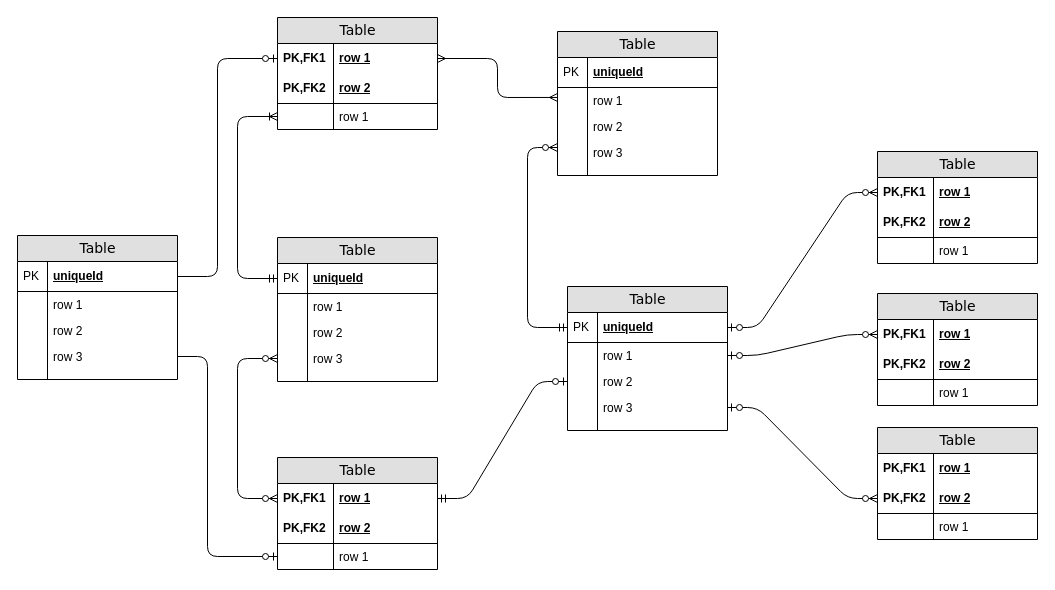
Before: Untitled Diagram.drawio in m-a-mohsen/cf-sqlTest, a draw.io diagram. Source tidied: cells renumbered, new cells numbered last; positions are measured from the earlier drawing's top-left corner, leaving out a move shared by most shapes. Both pictures are drawn from the tidied source at 100%, with x=0, y=0 at pixel (17, 17).
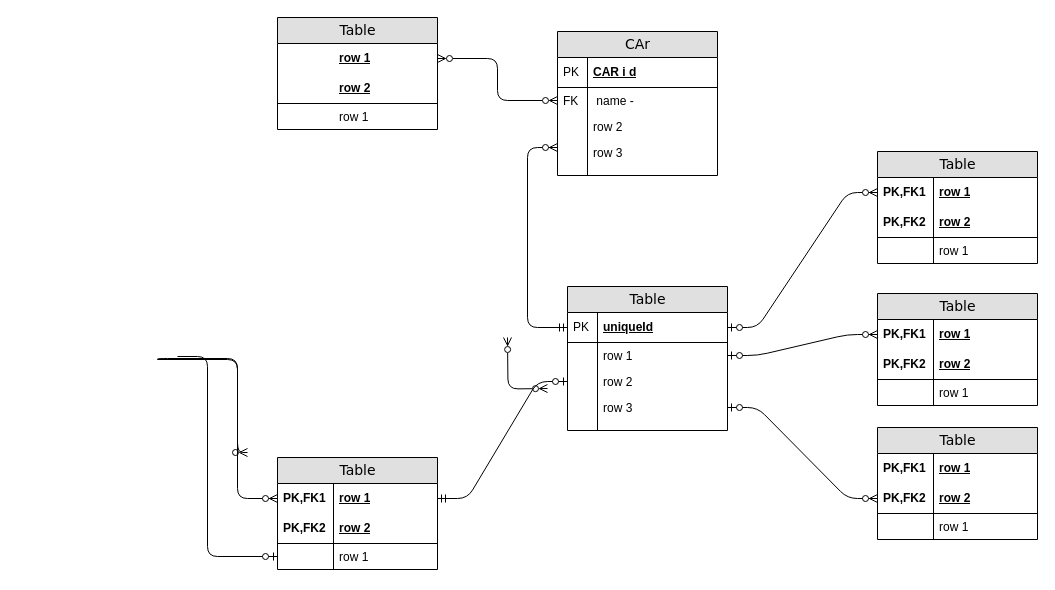
Above is the later version.

Unchanged cells that the change refers to:
```xml
<mxCell id="3" value="row 1" style="shape=partialRectangle;top=0;left=0;right=0;bottom=0;html=1;align=left;verticalAlign=middle;fillColor=none;spacingLeft=60;spacingRight=4;whiteSpace=wrap;overflow=hidden;points=[[0,0.5],[1,0.5]];portConstraint=eastwest;fontStyle=5;" parent="2" vertex="1">
  <mxGeometry y="26" width="160" height="30" as="geometry" />
</mxCell>
<mxCell id="5" value="row 2" style="shape=partialRectangle;top=0;left=0;right=0;bottom=1;html=1;align=left;verticalAlign=middle;fillColor=none;spacingLeft=60;spacingRight=4;whiteSpace=wrap;overflow=hidden;fontStyle=5;" parent="2" vertex="1">
  <mxGeometry y="56" width="160" height="30" as="geometry" />
</mxCell>
<mxCell id="7" value="row 1" style="shape=partialRectangle;top=0;left=0;right=0;bottom=0;html=1;align=left;verticalAlign=top;fillColor=none;spacingLeft=60;spacingRight=4;whiteSpace=wrap;overflow=hidden;points=[[0,0.5],[1,0.5]];portConstraint=eastwest;" parent="2" vertex="1">
  <mxGeometry y="86" width="160" height="26" as="geometry" />
</mxCell>
<mxCell id="50" value="row 1" style="shape=partialRectangle;top=0;left=0;right=0;bottom=0;html=1;align=left;verticalAlign=middle;fillColor=none;spacingLeft=60;spacingRight=4;whiteSpace=wrap;overflow=hidden;points=[[0,0.5],[1,0.5]];portConstraint=eastwest;fontStyle=5;" parent="49" vertex="1">
  <mxGeometry y="26" width="160" height="30" as="geometry" />
</mxCell>
<mxCell id="54" value="row 1" style="shape=partialRectangle;top=0;left=0;right=0;bottom=0;html=1;align=left;verticalAlign=top;fillColor=none;spacingLeft=60;spacingRight=4;whiteSpace=wrap;overflow=hidden;points=[[0,0.5],[1,0.5]];portConstraint=eastwest;" parent="49" vertex="1">
  <mxGeometry y="86" width="160" height="26" as="geometry" />
</mxCell>
```

The edit, as a diff of the source:
```diff
@@
-    <mxCell id="4" value="PK,FK1" style="shape=partialRectangle;fontStyle=1;top=0;left=0;bottom=0;html=1;fillColor=none;align=left;verticalAlign=middle;spacingLeft=4;spacingRight=4;whiteSpace=wrap;overflow=hidden;" parent="3" vertex="1">
-      <mxGeometry width="56" height="30" as="geometry" />
-    </mxCell>
@@
-    <mxCell id="6" value="PK,FK2" style="shape=partialRectangle;fontStyle=1;top=0;left=0;bottom=0;html=1;fillColor=none;align=left;verticalAlign=middle;spacingLeft=4;spacingRight=4;whiteSpace=wrap;overflow=hidden;" parent="5" vertex="1">
-      <mxGeometry width="56" height="30" as="geometry" />
-    </mxCell>
@@
-    <mxCell id="8" style="shape=partialRectangle;top=0;left=0;bottom=0;html=1;fillColor=none;align=left;verticalAlign=top;spacingLeft=4;spacingRight=4;whiteSpace=wrap;overflow=hidden;" parent="7" vertex="1">
-      <mxGeometry width="56" height="26" as="geometry" />
-    </mxCell>
-    <mxCell id="9" value="Table" style="swimlane;html=1;fontStyle=0;horizontal=1;startSize=26;fillColor=#e0e0e0;swimlaneFillColor=#ffffff;align=center;rounded=0;shadow=0;comic=0;labelBackgroundColor=none;strokeWidth=1;fontFamily=Verdana;fontSize=14;swimlaneLine=1;" parent="1" vertex="1">
+    <mxCell id="9" value="CAr" style="swimlane;html=1;fontStyle=0;horizontal=1;startSize=26;fillColor=#e0e0e0;swimlaneFillColor=#ffffff;align=center;rounded=0;shadow=0;comic=0;labelBackgroundColor=none;strokeWidth=1;fontFamily=Verdana;fontSize=14;swimlaneLine=1;" parent="1" vertex="1">
       <mxGeometry x="540" y="14" width="160" height="144" as="geometry" />
     </mxCell>
-    <mxCell id="10" value="uniqueId" style="shape=partialRectangle;top=0;left=0;right=0;bottom=1;html=1;align=left;verticalAlign=middle;fillColor=none;spacingLeft=34;spacingRight=4;whiteSpace=wrap;overflow=hidden;fontStyle=5;" parent="9" vertex="1">
+    <mxCell id="10" value="CAR i d" style="shape=partialRectangle;top=0;left=0;right=0;bottom=1;html=1;align=left;verticalAlign=middle;fillColor=none;spacingLeft=34;spacingRight=4;whiteSpace=wrap;overflow=hidden;fontStyle=5;" parent="9" vertex="1">
       <mxGeometry y="26" width="160" height="30" as="geometry" />
     </mxCell>
@@
-    <mxCell id="12" value="row 1" style="shape=partialRectangle;top=0;left=0;right=0;bottom=0;html=1;align=left;verticalAlign=top;fillColor=none;spacingLeft=34;spacingRight=4;whiteSpace=wrap;overflow=hidden;points=[[0,0.5],[1,0.5]];portConstraint=eastwest;" parent="9" vertex="1">
+    <mxCell id="12" value="&amp;nbsp;name -&amp;nbsp;" style="shape=partialRectangle;top=0;left=0;right=0;bottom=0;html=1;align=left;verticalAlign=top;fillColor=none;spacingLeft=34;spacingRight=4;whiteSpace=wrap;overflow=hidden;points=[[0,0.5],[1,0.5]];portConstraint=eastwest;" parent="9" vertex="1">
       <mxGeometry y="56" width="160" height="26" as="geometry" />
     </mxCell>
-    <mxCell id="13" style="shape=partialRectangle;top=0;left=0;bottom=0;html=1;fillColor=none;align=left;verticalAlign=top;spacingLeft=4;spacingRight=4;whiteSpace=wrap;overflow=hidden;" parent="12" vertex="1">
+    <mxCell id="13" value="FK" style="shape=partialRectangle;top=0;left=0;bottom=0;html=1;fillColor=none;align=left;verticalAlign=top;spacingLeft=4;spacingRight=4;whiteSpace=wrap;overflow=hidden;" parent="12" vertex="1">
       <mxGeometry width="30" height="26" as="geometry" />
     </mxCell>
@@
-    <mxCell id="20" value="Table" style="swimlane;html=1;fontStyle=0;horizontal=1;startSize=26;fillColor=#e0e0e0;swimlaneFillColor=#ffffff;align=center;rounded=0;shadow=0;comic=0;labelBackgroundColor=none;strokeWidth=1;fontFamily=Verdana;fontSize=14;" parent="1" vertex="1">
-      <mxGeometry x="260" y="220" width="160" height="144" as="geometry" />
-    </mxCell>
-    <mxCell id="21" value="uniqueId" style="shape=partialRectangle;top=0;left=0;right=0;bottom=1;html=1;align=left;verticalAlign=middle;fillColor=none;spacingLeft=34;spacingRight=4;whiteSpace=wrap;overflow=hidden;points=[[0,0.5],[1,0.5]];portConstraint=eastwest;fontStyle=5;" parent="20" vertex="1">
-      <mxGeometry y="26" width="160" height="30" as="geometry" />
-    </mxCell>
-    <mxCell id="22" value="PK" style="shape=partialRectangle;top=0;left=0;bottom=0;html=1;fillColor=none;align=left;verticalAlign=middle;spacingLeft=4;spacingRight=4;whiteSpace=wrap;overflow=hidden;" parent="21" vertex="1">
-      <mxGeometry width="30" height="30" as="geometry" />
-    </mxCell>
-    <mxCell id="23" value="row 1" style="shape=partialRectangle;top=0;left=0;right=0;bottom=0;html=1;align=left;verticalAlign=top;fillColor=none;spacingLeft=34;spacingRight=4;whiteSpace=wrap;overflow=hidden;" parent="20" vertex="1">
-      <mxGeometry y="56" width="160" height="26" as="geometry" />
-    </mxCell>
-    <mxCell id="24" style="shape=partialRectangle;top=0;left=0;bottom=0;html=1;fillColor=none;align=left;verticalAlign=top;spacingLeft=4;spacingRight=4;whiteSpace=wrap;overflow=hidden;" parent="23" vertex="1">
-      <mxGeometry width="30" height="26" as="geometry" />
-    </mxCell>
-    <mxCell id="25" value="row 2" style="shape=partialRectangle;top=0;left=0;right=0;bottom=0;html=1;align=left;verticalAlign=top;fillColor=none;spacingLeft=34;spacingRight=4;whiteSpace=wrap;overflow=hidden;" parent="20" vertex="1">
-      <mxGeometry y="82" width="160" height="26" as="geometry" />
-    </mxCell>
-    <mxCell id="26" style="shape=partialRectangle;top=0;left=0;bottom=0;html=1;fillColor=none;align=left;verticalAlign=top;spacingLeft=4;spacingRight=4;whiteSpace=wrap;overflow=hidden;" parent="25" vertex="1">
-      <mxGeometry width="30" height="26" as="geometry" />
-    </mxCell>
-    <mxCell id="27" value="row 3" style="shape=partialRectangle;top=0;left=0;right=0;bottom=0;html=1;align=left;verticalAlign=top;fillColor=none;spacingLeft=34;spacingRight=4;whiteSpace=wrap;overflow=hidden;points=[[0,0.5],[1,0.5]];portConstraint=eastwest;" parent="20" vertex="1">
-      <mxGeometry y="108" width="160" height="26" as="geometry" />
-    </mxCell>
-    <mxCell id="28" style="shape=partialRectangle;top=0;left=0;bottom=0;html=1;fillColor=none;align=left;verticalAlign=top;spacingLeft=4;spacingRight=4;whiteSpace=wrap;overflow=hidden;" parent="27" vertex="1">
-      <mxGeometry width="30" height="26" as="geometry" />
-    </mxCell>
-    <mxCell id="29" style="shape=partialRectangle;top=0;left=0;right=0;bottom=0;html=1;align=left;verticalAlign=top;fillColor=none;spacingLeft=34;spacingRight=4;whiteSpace=wrap;overflow=hidden;" parent="20" vertex="1">
-      <mxGeometry y="134" width="160" height="10" as="geometry" />
-    </mxCell>
-    <mxCell id="30" style="shape=partialRectangle;top=0;left=0;bottom=0;html=1;fillColor=none;align=left;verticalAlign=top;spacingLeft=4;spacingRight=4;whiteSpace=wrap;overflow=hidden;" parent="29" vertex="1">
-      <mxGeometry width="30" height="10" as="geometry" />
-    </mxCell>
@@
-    <mxCell id="56" style="edgeStyle=orthogonalEdgeStyle;html=1;endArrow=ERoneToMany;startArrow=ERmandOne;labelBackgroundColor=none;fontFamily=Verdana;fontSize=14;entryX=0;entryY=0.5;exitX=0;exitY=0.5;" parent="1" edge="1" source="21" target="7">
-      <mxGeometry relative="1" as="geometry">
-        <Array as="points">
-          <mxPoint x="220" y="261" />
-          <mxPoint x="220" y="99" />
-        </Array>
-      </mxGeometry>
-    </mxCell>
-    <mxCell id="57" style="edgeStyle=orthogonalEdgeStyle;html=1;endArrow=ERzeroToMany;endFill=1;startArrow=ERzeroToMany;labelBackgroundColor=none;fontFamily=Verdana;fontSize=14;entryX=0;entryY=0.5;exitX=0;exitY=0.5;" parent="1" edge="1" source="50" target="27">
+    <mxCell id="57" style="edgeStyle=orthogonalEdgeStyle;html=1;endArrow=ERzeroToMany;endFill=1;startArrow=none;labelBackgroundColor=none;fontFamily=Verdana;fontSize=14;entryX=0;entryY=0.5;exitX=0;exitY=0.5;" parent="1" edge="1">
       <mxGeometry relative="1" as="geometry">
+        <mxPoint x="140" y="342" as="sourcePoint" />
+        <mxPoint x="230" y="435" as="targetPoint" />
         <Array as="points">
-          <mxPoint x="220" y="481" />
           <mxPoint x="220" y="341" />
         </Array>
       </mxGeometry>
     </mxCell>
-    <mxCell id="58" style="edgeStyle=orthogonalEdgeStyle;html=1;endArrow=ERmany;startArrow=ERmany;labelBackgroundColor=none;fontFamily=Verdana;fontSize=14;entryX=1;entryY=0.5;exitX=0;exitY=0.383;exitPerimeter=0;" parent="1" edge="1" source="12" target="3">
-      <mxGeometry relative="1" as="geometry">
-        <Array as="points">
-          <mxPoint x="480" y="80" />
-          <mxPoint x="480" y="41" />
-        </Array>
-      </mxGeometry>
-    </mxCell>
@@
-    <mxCell id="78" value="Table" style="swimlane;html=1;fontStyle=0;horizontal=1;startSize=26;fillColor=#e0e0e0;swimlaneFillColor=#ffffff;align=center;rounded=0;shadow=0;comic=0;labelBackgroundColor=none;strokeWidth=1;fontFamily=Verdana;fontSize=14;" parent="1" vertex="1">
-      <mxGeometry y="218" width="160" height="144" as="geometry" />
-    </mxCell>
-    <mxCell id="79" value="uniqueId" style="shape=partialRectangle;top=0;left=0;right=0;bottom=1;html=1;align=left;verticalAlign=middle;fillColor=none;spacingLeft=34;spacingRight=4;whiteSpace=wrap;overflow=hidden;points=[[0,0.5],[1,0.5]];portConstraint=eastwest;fontStyle=5;" parent="78" vertex="1">
-      <mxGeometry y="26" width="160" height="30" as="geometry" />
-    </mxCell>
-    <mxCell id="80" value="PK" style="shape=partialRectangle;top=0;left=0;bottom=0;html=1;fillColor=none;align=left;verticalAlign=middle;spacingLeft=4;spacingRight=4;whiteSpace=wrap;overflow=hidden;" parent="79" vertex="1">
-      <mxGeometry width="30" height="30" as="geometry" />
-    </mxCell>
-    <mxCell id="81" value="row 1" style="shape=partialRectangle;top=0;left=0;right=0;bottom=0;html=1;align=left;verticalAlign=top;fillColor=none;spacingLeft=34;spacingRight=4;whiteSpace=wrap;overflow=hidden;" parent="78" vertex="1">
-      <mxGeometry y="56" width="160" height="26" as="geometry" />
-    </mxCell>
-    <mxCell id="82" style="shape=partialRectangle;top=0;left=0;bottom=0;html=1;fillColor=none;align=left;verticalAlign=top;spacingLeft=4;spacingRight=4;whiteSpace=wrap;overflow=hidden;" parent="81" vertex="1">
-      <mxGeometry width="30" height="26" as="geometry" />
-    </mxCell>
-    <mxCell id="83" value="row 2" style="shape=partialRectangle;top=0;left=0;right=0;bottom=0;html=1;align=left;verticalAlign=top;fillColor=none;spacingLeft=34;spacingRight=4;whiteSpace=wrap;overflow=hidden;" parent="78" vertex="1">
-      <mxGeometry y="82" width="160" height="26" as="geometry" />
-    </mxCell>
-    <mxCell id="84" style="shape=partialRectangle;top=0;left=0;bottom=0;html=1;fillColor=none;align=left;verticalAlign=top;spacingLeft=4;spacingRight=4;whiteSpace=wrap;overflow=hidden;" parent="83" vertex="1">
-      <mxGeometry width="30" height="26" as="geometry" />
-    </mxCell>
-    <mxCell id="85" value="row 3" style="shape=partialRectangle;top=0;left=0;right=0;bottom=0;html=1;align=left;verticalAlign=top;fillColor=none;spacingLeft=34;spacingRight=4;whiteSpace=wrap;overflow=hidden;points=[[0,0.5],[1,0.5]];portConstraint=eastwest;" parent="78" vertex="1">
-      <mxGeometry y="108" width="160" height="26" as="geometry" />
-    </mxCell>
-    <mxCell id="86" style="shape=partialRectangle;top=0;left=0;bottom=0;html=1;fillColor=none;align=left;verticalAlign=top;spacingLeft=4;spacingRight=4;whiteSpace=wrap;overflow=hidden;" parent="85" vertex="1">
-      <mxGeometry width="30" height="26" as="geometry" />
-    </mxCell>
-    <mxCell id="87" style="shape=partialRectangle;top=0;left=0;right=0;bottom=0;html=1;align=left;verticalAlign=top;fillColor=none;spacingLeft=34;spacingRight=4;whiteSpace=wrap;overflow=hidden;" parent="78" vertex="1">
-      <mxGeometry y="134" width="160" height="10" as="geometry" />
-    </mxCell>
-    <mxCell id="88" style="shape=partialRectangle;top=0;left=0;bottom=0;html=1;fillColor=none;align=left;verticalAlign=top;spacingLeft=4;spacingRight=4;whiteSpace=wrap;overflow=hidden;" parent="87" vertex="1">
-      <mxGeometry width="30" height="10" as="geometry" />
-    </mxCell>
-    <mxCell id="89" style="edgeStyle=orthogonalEdgeStyle;html=1;endArrow=ERzeroToOne;endFill=1;labelBackgroundColor=none;fontFamily=Verdana;fontSize=14;entryX=0;entryY=0.5;exitX=1;exitY=0.5;" parent="1" edge="1" source="79" target="3">
-      <mxGeometry relative="1" as="geometry">
-        <Array as="points">
-          <mxPoint x="200" y="259" />
-          <mxPoint x="200" y="41" />
-        </Array>
-      </mxGeometry>
-    </mxCell>
-    <mxCell id="90" style="edgeStyle=orthogonalEdgeStyle;html=1;endArrow=ERzeroToOne;endFill=1;labelBackgroundColor=none;fontFamily=Verdana;fontSize=14;entryX=0;entryY=0.5;exitX=1;exitY=0.5;" parent="1" edge="1" source="85" target="54">
+    <mxCell id="90" style="edgeStyle=orthogonalEdgeStyle;html=1;endArrow=ERzeroToOne;endFill=1;labelBackgroundColor=none;fontFamily=Verdana;fontSize=14;entryX=0;entryY=0.5;exitX=1;exitY=0.5;" parent="1" edge="1" target="54">
       <mxGeometry relative="1" as="geometry">
+        <mxPoint x="160" y="339" as="sourcePoint" />
         <Array as="points">
           <mxPoint x="190" y="339" />
           <mxPoint x="190" y="539" />
         </Array>
       </mxGeometry>
     </mxCell>
+    <mxCell id="91" style="edgeStyle=orthogonalEdgeStyle;rounded=1;jettySize=auto;html=1;exitX=1;exitY=0.5;exitDx=0;exitDy=0;startArrow=ERzeroToMany;startFill=0;endArrow=ERzeroToMany;endFill=0;" parent="1" edge="1" source="3" target="12">
+      <mxGeometry relative="1" as="geometry" />
+    </mxCell>
+    <mxCell id="92" style="edgeStyle=orthogonalEdgeStyle;rounded=1;orthogonalLoop=1;jettySize=auto;html=1;exitX=1;exitY=0.5;exitDx=0;exitDy=0;startArrow=ERzeroToMany;startFill=0;endArrow=ERzeroToMany;endFill=0;" parent="1" edge="1">
+      <mxGeometry relative="1" as="geometry">
+        <mxPoint x="530" y="371" as="sourcePoint" />
+        <mxPoint x="490" y="320" as="targetPoint" />
+      </mxGeometry>
+    </mxCell>
+    <mxCell id="93" style="edgeStyle=orthogonalEdgeStyle;html=1;endArrow=none;endFill=1;startArrow=ERzeroToMany;labelBackgroundColor=none;fontFamily=Verdana;fontSize=14;entryX=0;entryY=0.5;exitX=0;exitY=0.5;" parent="1" edge="1" source="50">
+      <mxGeometry relative="1" as="geometry">
+        <mxPoint x="140" y="342" as="targetPoint" />
+        <Array as="points">
+          <mxPoint x="220" y="481" />
+        </Array>
+      </mxGeometry>
+    </mxCell>
```
